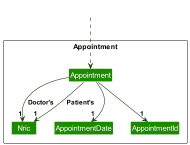
Before: docs/images/AppointmentClassDiagram.png, a diagram exported from PlantUML (alfaloo/tp).
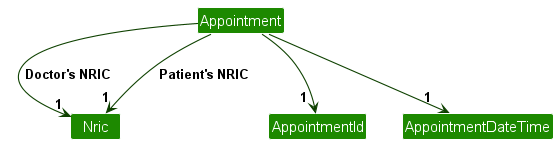
After the change.

Change to the diagram source:
```diff
@@ -4,22 +4,17 @@
 skinparam arrowColor UI_COLOR_T4
 skinparam classBackgroundColor UI_COLOR
 
-package Appointment\n <<Rectangle>>{
 Class "Appointment" as Appointment
 Class Nric
-Class AppointmentDate
 Class AppointmentId
-}
+Class AppointmentDateTime
 
 
 
-Class HiddenOutside #FFFFFF
-HiddenOutside ..> Appointment
-
-Appointment -down-> "1" Nric : Doctor's
-Appointment -down-> "1" Nric : Patient's
-Appointment -down-> "1" AppointmentDate
-Appointment -down-> "1" AppointmentId
+Appointment -down-> "1" Nric : Doctor's NRIC\t
+Appointment -down-> "1" Nric : Patient's NRIC\t\t
+Appointment -down-> "\t1" AppointmentDateTime
+Appointment -down-> "\t1" AppointmentId
 
 
 @enduml
```
